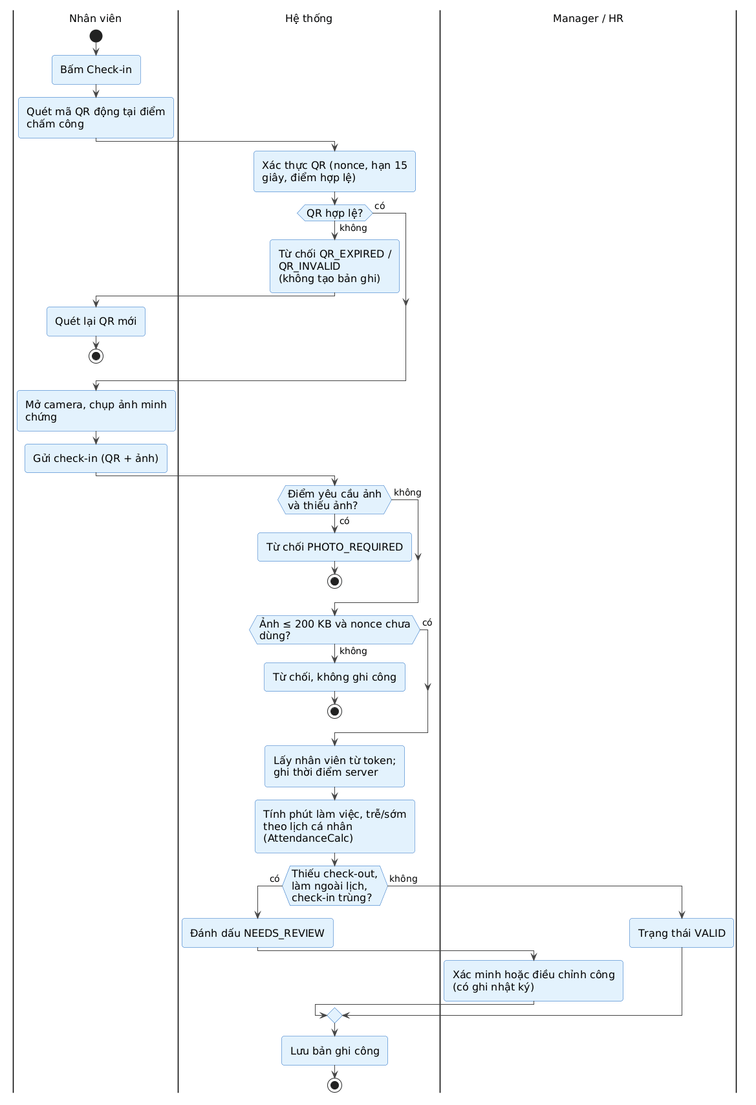
gihan160306/HRFlow keeps this PlantUML diagram as docs/uml/png/fig4_15_activity_attendance.png. Above is the earlier version. Source of this version:
```plantuml
@startuml
skinparam backgroundColor #FFFFFF
skinparam shadowing false
skinparam roundCorner 8
skinparam defaultFontSize 16
skinparam ArrowColor #444444
skinparam ArrowFontSize 14
skinparam maxMessageSize 220
skinparam wrapWidth 260
skinparam padding 3
skinparam actorBorderColor #333333
skinparam actorBackgroundColor #FFFFFF
skinparam usecaseBorderColor #1565C0
skinparam usecaseBackgroundColor #E3F2FD
skinparam rectangleBorderColor #546E7A
skinparam rectangleBackgroundColor #FAFAFA
skinparam packageBorderColor #546E7A
skinparam packageBackgroundColor #FAFAFA
skinparam classBorderColor #1565C0
skinparam classBackgroundColor #F5FAFF
skinparam classHeaderBackgroundColor #E3F2FD
skinparam participantBorderColor #1565C0
skinparam participantBackgroundColor #E3F2FD
skinparam sequenceLifeLineBorderColor #888888
skinparam sequenceGroupBorderColor #888888
skinparam stateBorderColor #1565C0
skinparam stateBackgroundColor #E3F2FD
skinparam activityBorderColor #1565C0
skinparam activityBackgroundColor #E3F2FD
skinparam noteBorderColor #F9A825
skinparam noteBackgroundColor #FFF8E1

|Nhân viên|
start
:Bấm Check-in;
:Quét mã QR động tại điểm chấm công;
|Hệ thống|
:Xác thực QR (nonce, hạn 15 giây, điểm hợp lệ);
if (QR hợp lệ?) then (không)
  :Từ chối QR_EXPIRED / QR_INVALID\n(không tạo bản ghi);
  |Nhân viên|
  :Quét lại QR mới;
  stop
else (có)
endif
|Nhân viên|
:Mở camera, chụp ảnh minh chứng;
:Gửi check-in (QR + ảnh);
|Hệ thống|
if (Điểm yêu cầu ảnh\nvà thiếu ảnh?) then (có)
  :Từ chối PHOTO_REQUIRED;
  stop
else (không)
endif
if (Ảnh ≤ 200 KB và nonce chưa dùng?) then (không)
  :Từ chối, không ghi công;
  stop
else (có)
endif
:Lấy nhân viên từ token;\nghi thời điểm server;
:Tính phút làm việc, trễ/sớm\ntheo lịch cá nhân (AttendanceCalc);
if (Thiếu check-out,\nlàm ngoài lịch,\ncheck-in trùng?) then (có)
  :Đánh dấu NEEDS_REVIEW;
  |Manager / HR|
  :Xác minh hoặc điều chỉnh công\n(có ghi nhật ký);
else (không)
  :Trạng thái VALID;
endif
|Hệ thống|
:Lưu bản ghi công;
stop
@enduml
```
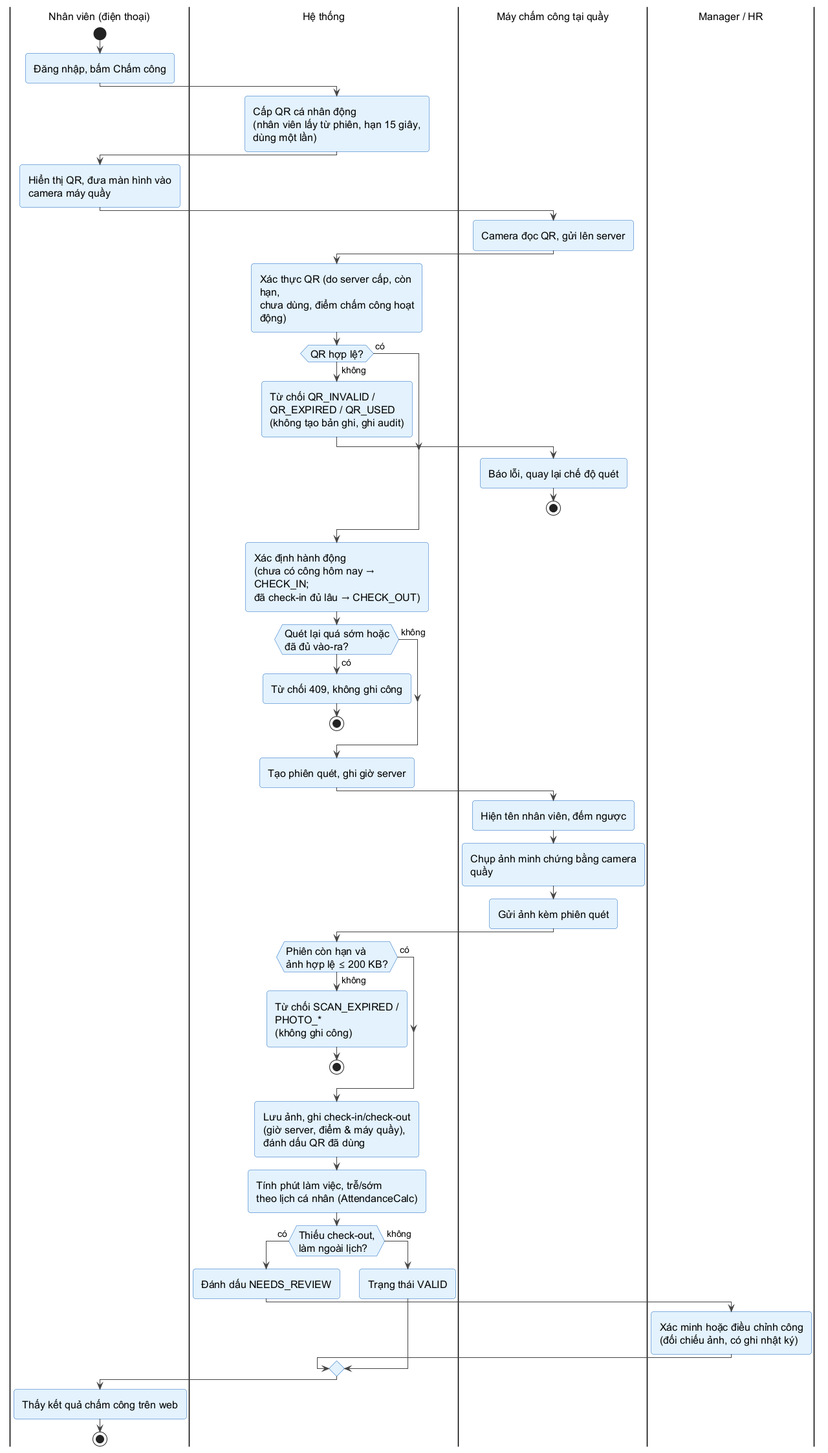
The same file after the commit.

What changed in the source:
```diff
@@ -1,4 +1,4 @@
-@startuml
+@startuml fig4_15_activity_attendance
 skinparam backgroundColor #FFFFFF
 skinparam shadowing false
 skinparam roundCorner 8
@@ -30,43 +30,53 @@
 skinparam noteBorderColor #F9A825
 skinparam noteBackgroundColor #FFF8E1
 
-|Nhân viên|
+|Nhân viên (điện thoại)|
 start
-:Bấm Check-in;
-:Quét mã QR động tại điểm chấm công;
+:Đăng nhập, bấm Chấm công;
 |Hệ thống|
-:Xác thực QR (nonce, hạn 15 giây, điểm hợp lệ);
+:Cấp QR cá nhân động\n(nhân viên lấy từ phiên, hạn 15 giây, dùng một lần);
+|Nhân viên (điện thoại)|
+:Hiển thị QR, đưa màn hình vào camera máy quầy;
+|Máy chấm công tại quầy|
+:Camera đọc QR, gửi lên server;
+|Hệ thống|
+:Xác thực QR (do server cấp, còn hạn,\nchưa dùng, điểm chấm công hoạt động);
 if (QR hợp lệ?) then (không)
-  :Từ chối QR_EXPIRED / QR_INVALID\n(không tạo bản ghi);
-  |Nhân viên|
-  :Quét lại QR mới;
+  :Từ chối QR_INVALID / QR_EXPIRED / QR_USED\n(không tạo bản ghi, ghi audit);
+  |Máy chấm công tại quầy|
+  :Báo lỗi, quay lại chế độ quét;
   stop
 else (có)
 endif
-|Nhân viên|
-:Mở camera, chụp ảnh minh chứng;
-:Gửi check-in (QR + ảnh);
 |Hệ thống|
-if (Điểm yêu cầu ảnh\nvà thiếu ảnh?) then (có)
-  :Từ chối PHOTO_REQUIRED;
+:Xác định hành động\n(chưa có công hôm nay → CHECK_IN;\nđã check-in đủ lâu → CHECK_OUT);
+if (Quét lại quá sớm hoặc\nđã đủ vào-ra?) then (có)
+  :Từ chối 409, không ghi công;
   stop
 else (không)
 endif
-if (Ảnh ≤ 200 KB và nonce chưa dùng?) then (không)
-  :Từ chối, không ghi công;
+:Tạo phiên quét, ghi giờ server;
+|Máy chấm công tại quầy|
+:Hiện tên nhân viên, đếm ngược;
+:Chụp ảnh minh chứng bằng camera quầy;
+:Gửi ảnh kèm phiên quét;
+|Hệ thống|
+if (Phiên còn hạn và\nảnh hợp lệ ≤ 200 KB?) then (không)
+  :Từ chối SCAN_EXPIRED / PHOTO_*\n(không ghi công);
   stop
 else (có)
 endif
-:Lấy nhân viên từ token;\nghi thời điểm server;
+:Lưu ảnh, ghi check-in/check-out\n(giờ server, điểm & máy quầy),\nđánh dấu QR đã dùng;
 :Tính phút làm việc, trễ/sớm\ntheo lịch cá nhân (AttendanceCalc);
-if (Thiếu check-out,\nlàm ngoài lịch,\ncheck-in trùng?) then (có)
+if (Thiếu check-out,\nlàm ngoài lịch?) then (có)
   :Đánh dấu NEEDS_REVIEW;
   |Manager / HR|
-  :Xác minh hoặc điều chỉnh công\n(có ghi nhật ký);
+  :Xác minh hoặc điều chỉnh công\n(đối chiếu ảnh, có ghi nhật ký);
 else (không)
+  |Hệ thống|
   :Trạng thái VALID;
 endif
-|Hệ thống|
-:Lưu bản ghi công;
+|Nhân viên (điện thoại)|
+:Thấy kết quả chấm công trên web;
 stop
 @enduml
```
